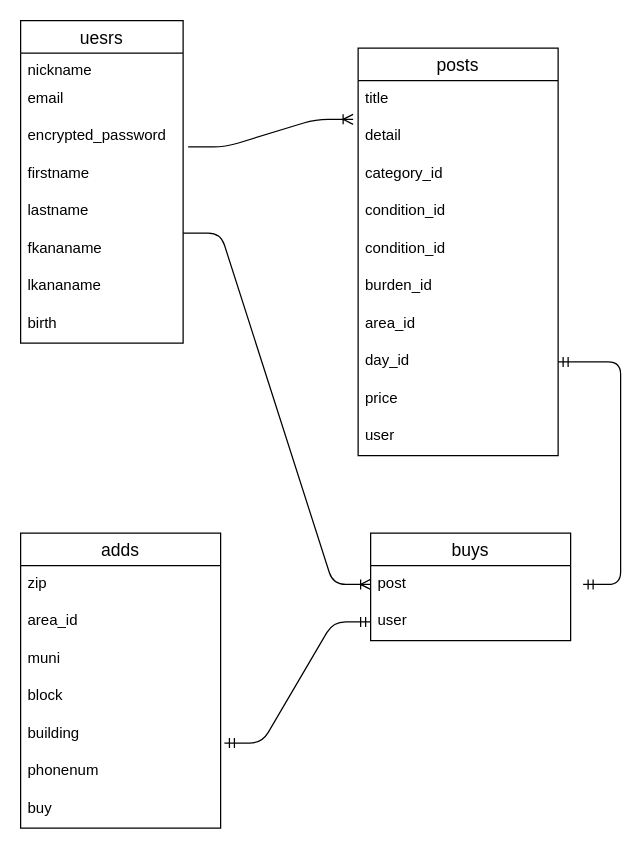
Earlier version of the draw.io diagram ER.dio (Kohei1204/furima-34284). Source tidied: cells renumbered, new cells numbered last; positions are measured from the earlier drawing's top-left corner, leaving out a move shared by most shapes. Both pictures are drawn from the tidied source at 125%, with x=0, y=0 at pixel (20, 20).
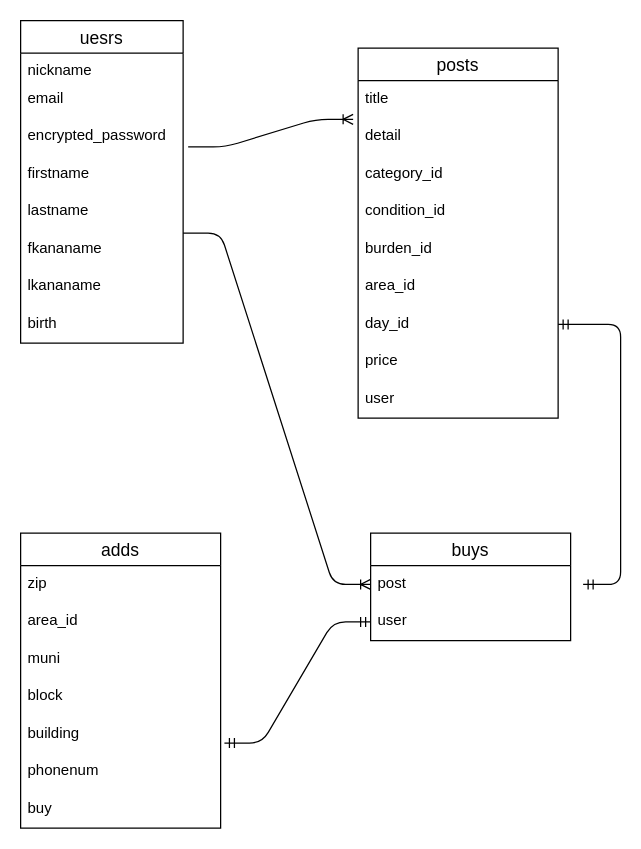
Above is the later version.

Commit message:
重複していたカラムの消去

What changed in the source:
```diff
@@
     <mxCell id="19" value="posts" style="swimlane;fontStyle=0;horizontal=1;startSize=26;align=center;fontSize=14;" parent="1" vertex="1">
-      <mxGeometry x="270" y="22" width="160" height="326" as="geometry" />
+      <mxGeometry x="270" y="22" width="160" height="296" as="geometry" />
     </mxCell>
@@
-    <mxCell id="24" value="condition_id" style="text;strokeColor=none;fillColor=none;spacingLeft=4;spacingRight=4;overflow=hidden;fontSize=12;align=left;verticalAlign=top;rounded=0;" parent="19" vertex="1">
-      <mxGeometry y="146" width="160" height="30" as="geometry" />
-    </mxCell>
     <mxCell id="25" value="burden_id" style="text;strokeColor=none;fillColor=none;spacingLeft=4;spacingRight=4;overflow=hidden;fontSize=12;align=left;verticalAlign=top;" parent="19" vertex="1">
-      <mxGeometry y="176" width="160" height="30" as="geometry" />
+      <mxGeometry y="146" width="160" height="30" as="geometry" />
     </mxCell>
     <mxCell id="26" value="area_id" style="text;strokeColor=none;fillColor=none;spacingLeft=4;spacingRight=4;overflow=hidden;fontSize=12;align=left;verticalAlign=top;" parent="19" vertex="1">
-      <mxGeometry y="206" width="160" height="30" as="geometry" />
+      <mxGeometry y="176" width="160" height="30" as="geometry" />
     </mxCell>
     <mxCell id="27" value="day_id" style="text;strokeColor=none;fillColor=none;spacingLeft=4;spacingRight=4;overflow=hidden;points=[[0,0.5],[1,0.5]];portConstraint=eastwest;fontSize=12;align=left;verticalAlign=top;" parent="19" vertex="1">
-      <mxGeometry y="236" width="160" height="30" as="geometry" />
+      <mxGeometry y="206" width="160" height="30" as="geometry" />
     </mxCell>
     <mxCell id="28" value="price" style="text;strokeColor=none;fillColor=none;spacingLeft=4;spacingRight=4;overflow=hidden;fontSize=12;align=left;verticalAlign=top;" parent="19" vertex="1">
-      <mxGeometry y="266" width="160" height="30" as="geometry" />
+      <mxGeometry y="236" width="160" height="30" as="geometry" />
     </mxCell>
     <mxCell id="29" value="user" style="text;strokeColor=none;fillColor=none;spacingLeft=4;spacingRight=4;overflow=hidden;fontSize=12;rounded=0;align=left;verticalAlign=top;" parent="19" vertex="1">
-      <mxGeometry y="296" width="160" height="30" as="geometry" />
+      <mxGeometry y="266" width="160" height="30" as="geometry" />
     </mxCell>
```
